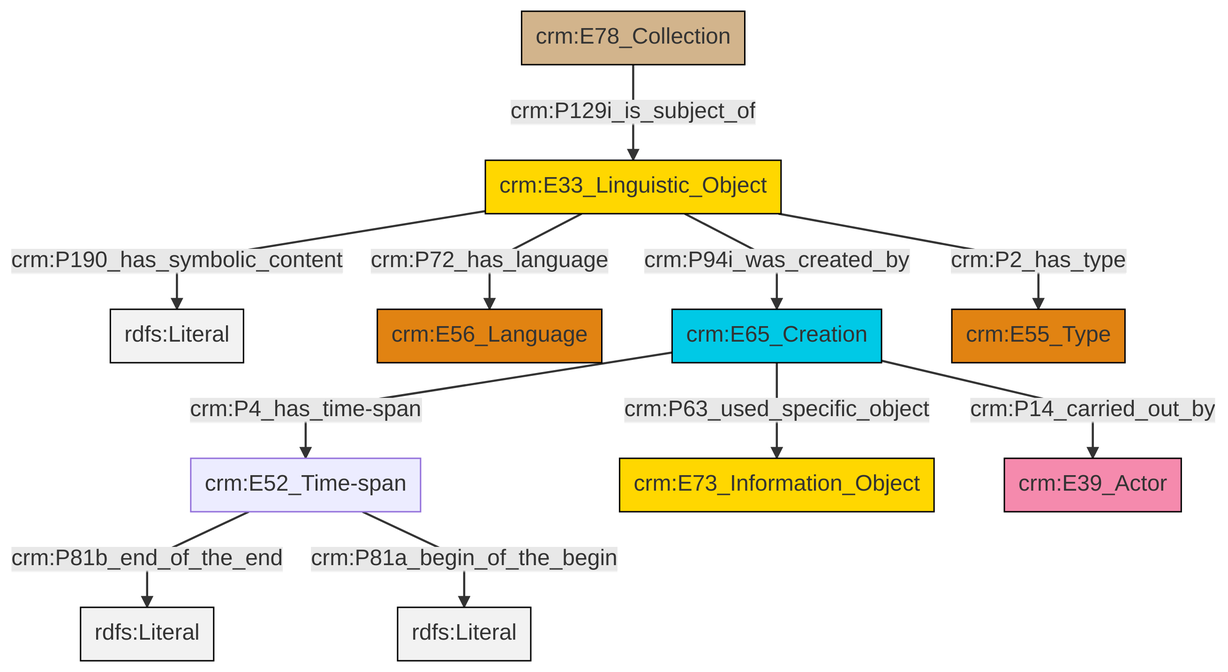
Before: et/archivalCSV/ttl/mmd/png/archival_desc.png, a diagram exported from Mermaid (swiss-art-research-net/docs.swissartresearch). Its source is kept beside it as et/archivalCSV/ttl/mmd/archival_desc.ttl.mmd.
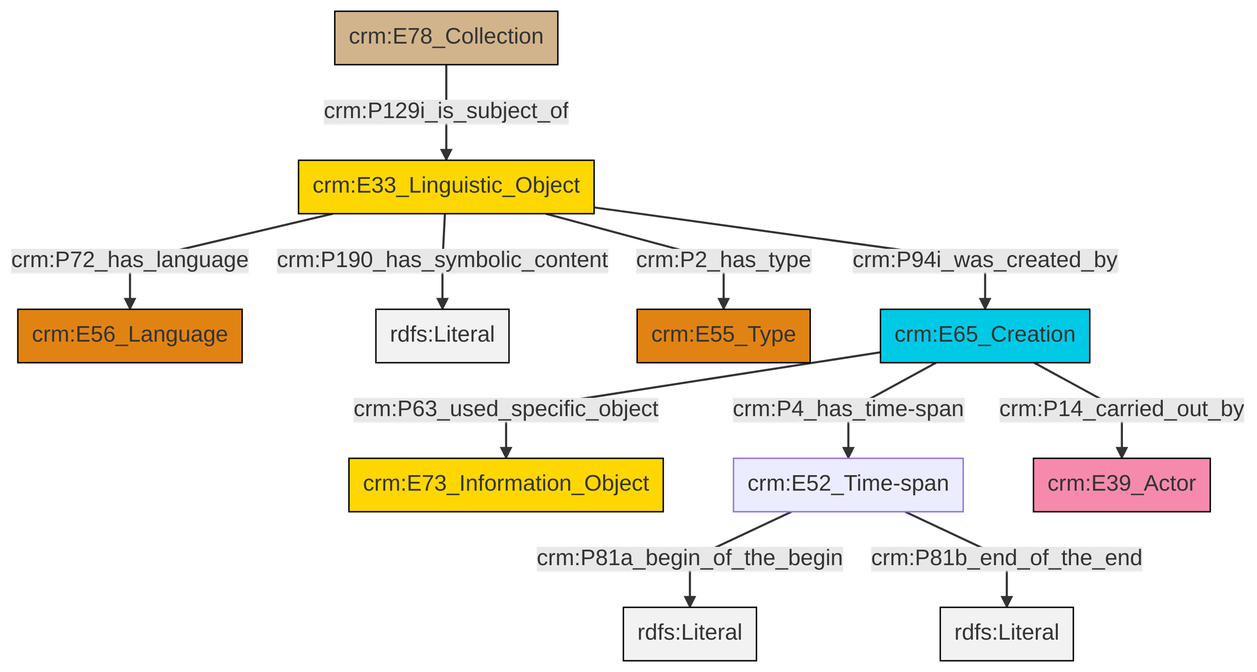
Later version of the same file.

What changed in the source:
```diff
@@ -13,13 +13,13 @@
 classDef PC_Classes fill:#4ce600, stroke:#000000;
 classDef Multi fill:#cccccc,stroke:#000000;
 
-0["crm:E33_Linguistic_Object"]:::Conceptual_Object -->|crm:P190_has_symbolic_content| 1[rdfs:Literal]:::Literal
-2["crm:E52_Time-span"]:::Default -->|crm:P81b_end_of_the_end| 3[rdfs:Literal]:::Literal
-7["crm:E78_Collection"]:::Physical_Thing -->|crm:P129i_is_subject_of| 0["crm:E33_Linguistic_Object"]:::Conceptual_Object
-2["crm:E52_Time-span"]:::Default -->|crm:P81a_begin_of_the_begin| 8[rdfs:Literal]:::Literal
-0["crm:E33_Linguistic_Object"]:::Conceptual_Object -->|crm:P94i_was_created_by| 9["crm:E65_Creation"]:::Temporal_Entity
-0["crm:E33_Linguistic_Object"]:::Conceptual_Object -->|crm:P72_has_language| 5["crm:E56_Language"]:::Type
-0["crm:E33_Linguistic_Object"]:::Conceptual_Object -->|crm:P2_has_type| 12["crm:E55_Type"]:::Type
-9["crm:E65_Creation"]:::Temporal_Entity -->|crm:P63_used_specific_object| 10["crm:E73_Information_Object"]:::Conceptual_Object
-9["crm:E65_Creation"]:::Temporal_Entity -->|crm:P14_carried_out_by| 14["crm:E39_Actor"]:::Actor
-9["crm:E65_Creation"]:::Temporal_Entity -->|crm:P4_has_time-span| 2["crm:E52_Time-span"]:::Default
+4["crm:E33_Linguistic_Object"]:::Conceptual_Object -->|crm:P190_has_symbolic_content| 5[rdfs:Literal]:::Literal
+4["crm:E33_Linguistic_Object"]:::Conceptual_Object -->|crm:P2_has_type| 6["crm:E55_Type"]:::Type
+7["crm:E65_Creation"]:::Temporal_Entity -->|crm:P4_has_time-span| 8["crm:E52_Time-span"]:::Default
+9["crm:E78_Collection"]:::Physical_Thing -->|crm:P129i_is_subject_of| 4["crm:E33_Linguistic_Object"]:::Conceptual_Object
+4["crm:E33_Linguistic_Object"]:::Conceptual_Object -->|crm:P94i_was_created_by| 7["crm:E65_Creation"]:::Temporal_Entity
+8["crm:E52_Time-span"]:::Default -->|crm:P81a_begin_of_the_begin| 12[rdfs:Literal]:::Literal
+4["crm:E33_Linguistic_Object"]:::Conceptual_Object -->|crm:P72_has_language| 0["crm:E56_Language"]:::Type
+7["crm:E65_Creation"]:::Temporal_Entity -->|crm:P63_used_specific_object| 2["crm:E73_Information_Object"]:::Conceptual_Object
+7["crm:E65_Creation"]:::Temporal_Entity -->|crm:P14_carried_out_by| 10["crm:E39_Actor"]:::Actor
+8["crm:E52_Time-span"]:::Default -->|crm:P81b_end_of_the_end| 18[rdfs:Literal]:::Literal
```
